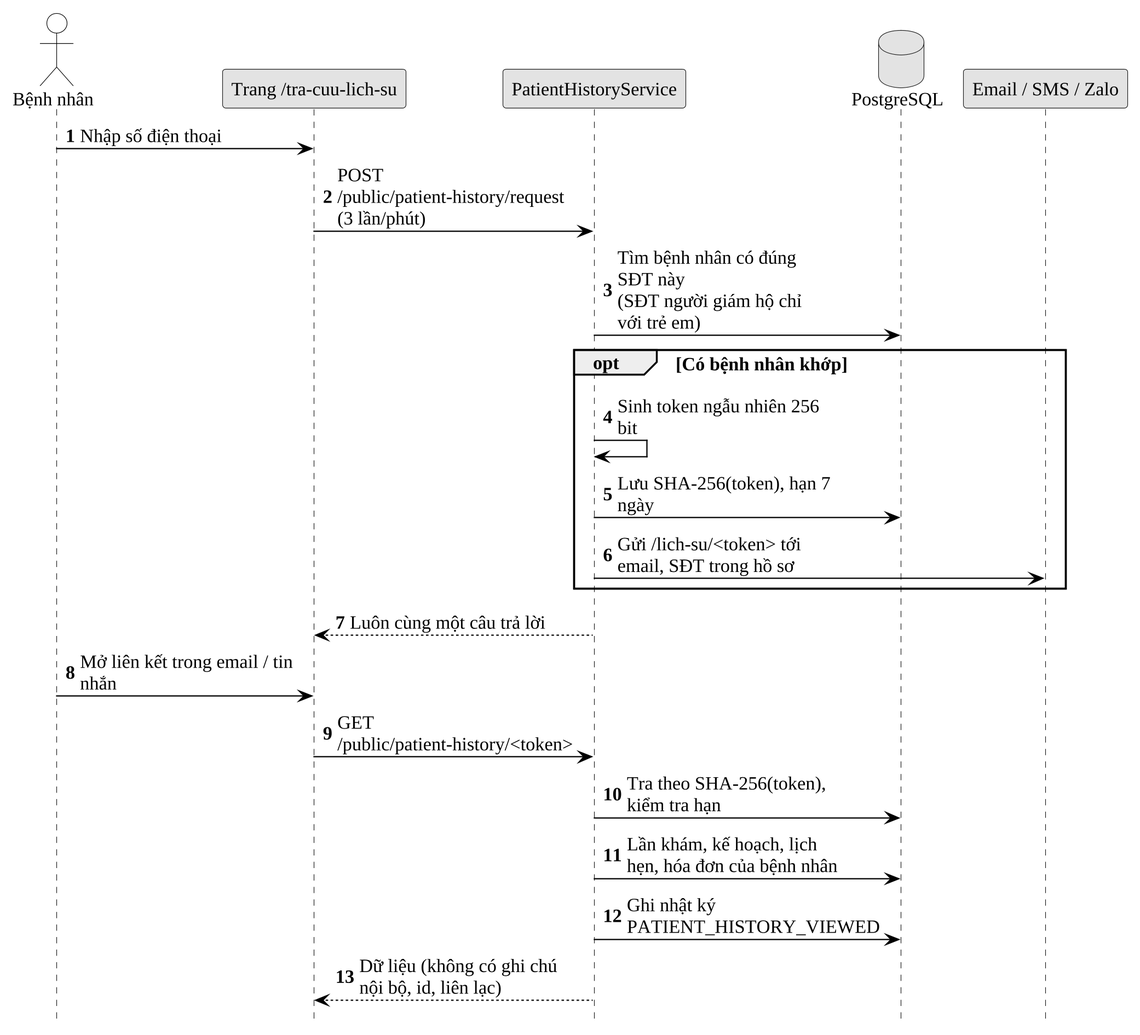
Above: docs/10_Thesis/bao-cao/hinh/3-12-tuan-tu-tra-cuu-lich-su.png in Trantuan0310/dental-clinic-nestjs-react (PlantUML), before the change.
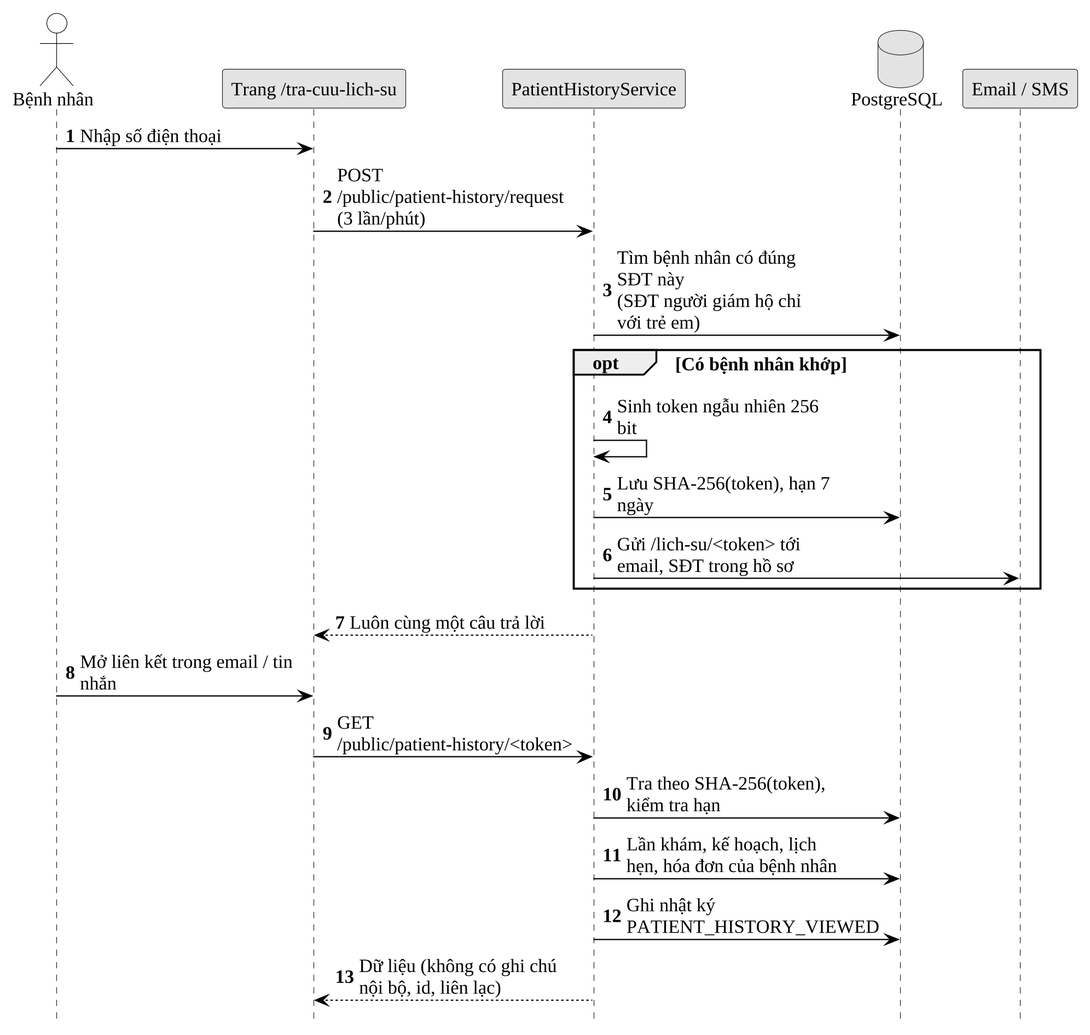
After the change.

Diff of the diagram source:
```diff
@@ -6,7 +6,7 @@
 participant "Trang /tra-cuu-lich-su" as FE
 participant "PatientHistoryService" as SV
 database "PostgreSQL" as DB
-participant "Email / SMS / Zalo" as MS
+participant "Email / SMS" as MS
 BN -> FE : Nhập số điện thoại
 FE -> SV : POST /public/patient-history/request (3 lần/phút)
 SV -> DB : Tìm bệnh nhân có đúng SĐT này\n(SĐT người giám hộ chỉ với trẻ em)
```
